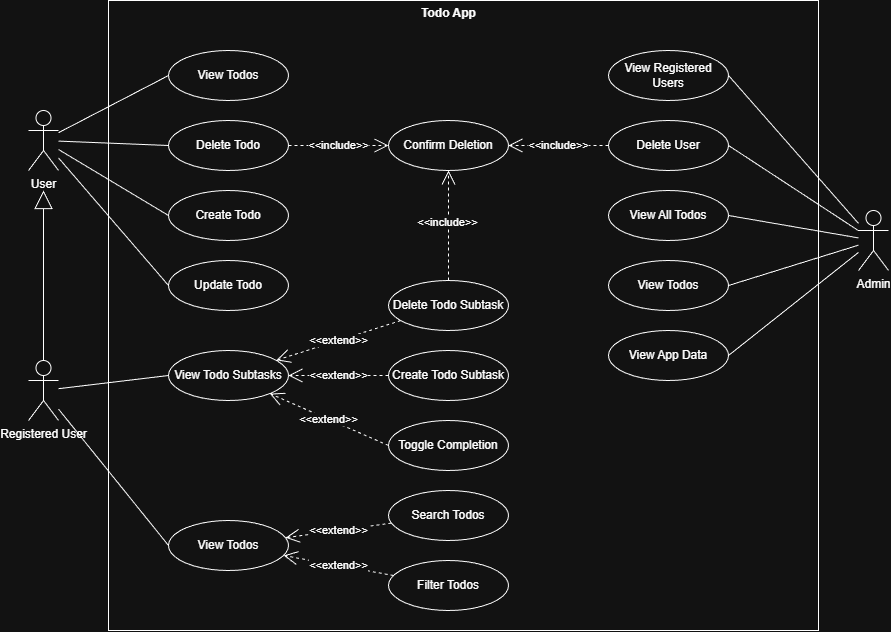
Before: docs/DPU.png, a diagram exported from draw.io (JovanObr/RIS_Todo). Source tidied: cells renumbered, new cells last; positions are measured from the earlier drawing's top-left corner, leaving out a move shared by most shapes. The source it was exported from:
```xml
<mxGraphModel>
  <root>
    <mxCell id="0" />
    <mxCell id="1" parent="0" />
    <mxCell id="2" style="rounded=0;whiteSpace=wrap;html=1;" parent="1" vertex="1">
      <mxGeometry x="80" width="710" height="630" as="geometry" />
    </mxCell>
    <mxCell id="3" value="View Todos" style="ellipse;whiteSpace=wrap;html=1;" parent="1" vertex="1">
      <mxGeometry x="140" y="50" width="120" height="50" as="geometry" />
    </mxCell>
    <mxCell id="4" value="User" style="shape=umlActor;verticalLabelPosition=bottom;verticalAlign=top;html=1;" parent="1" vertex="1">
      <mxGeometry y="110" width="30" height="60" as="geometry" />
    </mxCell>
    <mxCell id="5" value="Registered User" style="shape=umlActor;verticalLabelPosition=bottom;verticalAlign=top;html=1;outlineConnect=0;" parent="1" vertex="1">
      <mxGeometry y="360" width="30" height="60" as="geometry" />
    </mxCell>
    <mxCell id="6" value="Admin" style="shape=umlActor;verticalLabelPosition=bottom;verticalAlign=top;html=1;outlineConnect=0;" parent="1" vertex="1">
      <mxGeometry x="830" y="210" width="30" height="60" as="geometry" />
    </mxCell>
    <mxCell id="7" value="Create Todo" style="ellipse;whiteSpace=wrap;html=1;" parent="1" vertex="1">
      <mxGeometry x="140" y="190" width="120" height="50" as="geometry" />
    </mxCell>
    <mxCell id="8" value="Delete Todo" style="ellipse;whiteSpace=wrap;html=1;" parent="1" vertex="1">
      <mxGeometry x="140" y="120" width="120" height="50" as="geometry" />
    </mxCell>
    <mxCell id="9" value="View All Todos" style="ellipse;whiteSpace=wrap;html=1;" parent="1" vertex="1">
      <mxGeometry x="580" y="190" width="120" height="50" as="geometry" />
    </mxCell>
    <mxCell id="10" value="View Registered Users" style="ellipse;whiteSpace=wrap;html=1;" parent="1" vertex="1">
      <mxGeometry x="580" y="50" width="120" height="50" as="geometry" />
    </mxCell>
    <mxCell id="11" value="Delete User" style="ellipse;whiteSpace=wrap;html=1;" parent="1" vertex="1">
      <mxGeometry x="580" y="120" width="120" height="50" as="geometry" />
    </mxCell>
    <mxCell id="12" value="View Todos" style="ellipse;whiteSpace=wrap;html=1;" parent="1" vertex="1">
      <mxGeometry x="580" y="260" width="120" height="50" as="geometry" />
    </mxCell>
    <mxCell id="13" value="View App Data" style="ellipse;whiteSpace=wrap;html=1;" parent="1" vertex="1">
      <mxGeometry x="580" y="330" width="120" height="50" as="geometry" />
    </mxCell>
    <mxCell id="14" value="View Todo Subtasks" style="ellipse;whiteSpace=wrap;html=1;" parent="1" vertex="1">
      <mxGeometry x="140" y="350" width="120" height="50" as="geometry" />
    </mxCell>
    <mxCell id="15" value="Create Todo Subtask" style="ellipse;whiteSpace=wrap;html=1;" parent="1" vertex="1">
      <mxGeometry x="360" y="350" width="120" height="50" as="geometry" />
    </mxCell>
    <mxCell id="16" value="Delete Todo Subtask" style="ellipse;whiteSpace=wrap;html=1;" parent="1" vertex="1">
      <mxGeometry x="360" y="280" width="120" height="50" as="geometry" />
    </mxCell>
    <mxCell id="17" style="endArrow=block;endSize=16;endFill=0;html=1;rounded=0;" parent="1" edge="1" source="5">
      <mxGeometry relative="1" as="geometry">
        <mxPoint x="15" y="190" as="targetPoint" />
      </mxGeometry>
    </mxCell>
    <mxCell id="18" value="Search Todos" style="ellipse;whiteSpace=wrap;html=1;" parent="1" vertex="1">
      <mxGeometry x="360" y="490" width="120" height="50" as="geometry" />
    </mxCell>
    <mxCell id="19" value="Filter Todos" style="ellipse;whiteSpace=wrap;html=1;" parent="1" vertex="1">
      <mxGeometry x="360" y="560" width="120" height="50" as="geometry" />
    </mxCell>
    <mxCell id="20" value="&amp;lt;&amp;lt;extend&amp;gt;&amp;gt;" style="endArrow=open;endSize=12;dashed=1;html=1;rounded=0;" parent="1" edge="1" source="15" target="14">
      <mxGeometry relative="1" as="geometry" />
    </mxCell>
    <mxCell id="21" value="&amp;lt;&amp;lt;extend&amp;gt;&amp;gt;" style="endArrow=open;endSize=12;dashed=1;html=1;rounded=0;" parent="1" edge="1" source="16" target="14">
      <mxGeometry relative="1" as="geometry" />
    </mxCell>
    <mxCell id="22" value="View Todos" style="ellipse;whiteSpace=wrap;html=1;" parent="1" vertex="1">
      <mxGeometry x="140" y="520" width="120" height="50" as="geometry" />
    </mxCell>
    <mxCell id="23" value="&amp;lt;&amp;lt;extend&amp;gt;&amp;gt;" style="endArrow=open;endSize=12;dashed=1;html=1;rounded=0;" parent="1" edge="1" source="18" target="22">
      <mxGeometry relative="1" as="geometry" />
    </mxCell>
    <mxCell id="24" value="&amp;lt;&amp;lt;extend&amp;gt;&amp;gt;" style="endArrow=open;endSize=12;dashed=1;html=1;rounded=0;" parent="1" edge="1" source="19" target="22">
      <mxGeometry relative="1" as="geometry" />
    </mxCell>
    <mxCell id="25" style="endArrow=none;html=1;rounded=0;entryX=0;entryY=0.5;entryDx=0;entryDy=0;" parent="1" edge="1" source="4" target="3">
      <mxGeometry relative="1" as="geometry" />
    </mxCell>
    <mxCell id="26" style="endArrow=none;html=1;rounded=0;entryX=0;entryY=0.5;entryDx=0;entryDy=0;" parent="1" edge="1" source="4" target="7">
      <mxGeometry relative="1" as="geometry" />
    </mxCell>
    <mxCell id="27" style="endArrow=none;html=1;rounded=0;entryX=0;entryY=0.5;entryDx=0;entryDy=0;" parent="1" edge="1" source="4" target="8">
      <mxGeometry relative="1" as="geometry" />
    </mxCell>
    <mxCell id="28" style="endArrow=none;html=1;rounded=0;entryX=0;entryY=0.5;entryDx=0;entryDy=0;" parent="1" edge="1" source="5" target="22">
      <mxGeometry relative="1" as="geometry" />
    </mxCell>
    <mxCell id="29" style="endArrow=none;html=1;rounded=0;entryX=0;entryY=0.5;entryDx=0;entryDy=0;" parent="1" edge="1" source="5" target="14">
      <mxGeometry relative="1" as="geometry" />
    </mxCell>
    <mxCell id="30" style="endArrow=none;html=1;rounded=0;exitX=1;exitY=0.5;exitDx=0;exitDy=0;" parent="1" edge="1" source="13" target="6">
      <mxGeometry relative="1" as="geometry" />
    </mxCell>
    <mxCell id="31" style="endArrow=none;html=1;rounded=0;exitX=1;exitY=0.5;exitDx=0;exitDy=0;" parent="1" edge="1" source="12" target="6">
      <mxGeometry relative="1" as="geometry" />
    </mxCell>
    <mxCell id="32" style="endArrow=none;html=1;rounded=0;exitX=1;exitY=0.5;exitDx=0;exitDy=0;" parent="1" edge="1" source="11" target="6">
      <mxGeometry relative="1" as="geometry" />
    </mxCell>
    <mxCell id="33" style="endArrow=none;html=1;rounded=0;exitX=1;exitY=0.5;exitDx=0;exitDy=0;" parent="1" edge="1" source="10" target="6">
      <mxGeometry relative="1" as="geometry" />
    </mxCell>
    <mxCell id="34" style="endArrow=none;html=1;rounded=0;entryX=1;entryY=0.5;entryDx=0;entryDy=0;" parent="1" edge="1" source="6" target="9">
      <mxGeometry relative="1" as="geometry" />
    </mxCell>
    <mxCell id="35" value="&amp;lt;&amp;lt;include&amp;gt;&amp;gt;" style="endArrow=open;endSize=12;dashed=1;html=1;rounded=0;" parent="1" edge="1" source="16" target="36">
      <mxGeometry x="0.06" y="1" relative="1" as="geometry" />
    </mxCell>
    <mxCell id="36" value="Confirm Deletion" style="ellipse;whiteSpace=wrap;html=1;" parent="1" vertex="1">
      <mxGeometry x="360" y="120" width="120" height="50" as="geometry" />
    </mxCell>
    <mxCell id="37" value="&amp;lt;&amp;lt;include&amp;gt;&amp;gt;" style="endArrow=open;endSize=12;dashed=1;html=1;rounded=0;" parent="1" edge="1" source="8" target="36">
      <mxGeometry relative="1" as="geometry" />
    </mxCell>
    <mxCell id="38" value="Todo App" style="text;align=center;fontStyle=1;verticalAlign=middle;spacingLeft=3;spacingRight=3;strokeColor=none;html=1;" parent="1" vertex="1">
      <mxGeometry x="380" width="80" height="26" as="geometry" />
    </mxCell>
    <mxCell id="39" value="&amp;lt;&amp;lt;include&amp;gt;&amp;gt;" style="endArrow=open;endSize=12;dashed=1;html=1;rounded=0;" parent="1" edge="1" source="11" target="36">
      <mxGeometry relative="1" as="geometry" />
    </mxCell>
    <mxCell id="40" value="Update Todo" style="ellipse;whiteSpace=wrap;html=1;" parent="1" vertex="1">
      <mxGeometry x="140" y="260" width="120" height="50" as="geometry" />
    </mxCell>
    <mxCell id="41" style="endArrow=none;html=1;rounded=0;entryX=0;entryY=0.5;entryDx=0;entryDy=0;" parent="1" edge="1" source="4" target="40">
      <mxGeometry relative="1" as="geometry" />
    </mxCell>
    <mxCell id="42" value="Toggle Completion" style="ellipse;whiteSpace=wrap;html=1;" parent="1" vertex="1">
      <mxGeometry x="360" y="420" width="120" height="50" as="geometry" />
    </mxCell>
    <mxCell id="43" value="&amp;lt;&amp;lt;extend&amp;gt;&amp;gt;" style="endArrow=open;endSize=12;dashed=1;html=1;rounded=0;exitX=0;exitY=0.5;exitDx=0;exitDy=0;" parent="1" edge="1" source="42" target="14">
      <mxGeometry relative="1" as="geometry" />
    </mxCell>
  </root>
</mxGraphModel>
```
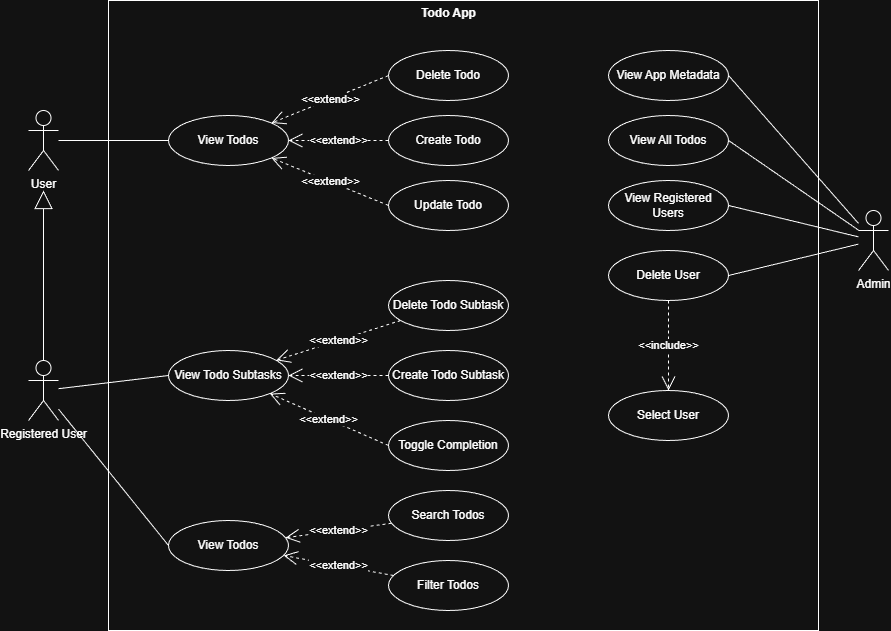
Above is the later version.

Diff of the diagram source:
```diff
@@ -6,7 +6,7 @@
       <mxGeometry x="80" width="710" height="630" as="geometry" />
     </mxCell>
     <mxCell id="3" value="View Todos" style="ellipse;whiteSpace=wrap;html=1;" parent="1" vertex="1">
-      <mxGeometry x="140" y="50" width="120" height="50" as="geometry" />
+      <mxGeometry x="140" y="115" width="120" height="50" as="geometry" />
     </mxCell>
     <mxCell id="4" value="User" style="shape=umlActor;verticalLabelPosition=bottom;verticalAlign=top;html=1;" parent="1" vertex="1">
       <mxGeometry y="110" width="30" height="60" as="geometry" />
@@ -18,25 +18,22 @@
       <mxGeometry x="830" y="210" width="30" height="60" as="geometry" />
     </mxCell>
     <mxCell id="7" value="Create Todo" style="ellipse;whiteSpace=wrap;html=1;" parent="1" vertex="1">
-      <mxGeometry x="140" y="190" width="120" height="50" as="geometry" />
+      <mxGeometry x="360" y="115" width="120" height="50" as="geometry" />
     </mxCell>
     <mxCell id="8" value="Delete Todo" style="ellipse;whiteSpace=wrap;html=1;" parent="1" vertex="1">
-      <mxGeometry x="140" y="120" width="120" height="50" as="geometry" />
+      <mxGeometry x="360" y="50" width="120" height="50" as="geometry" />
     </mxCell>
     <mxCell id="9" value="View All Todos" style="ellipse;whiteSpace=wrap;html=1;" parent="1" vertex="1">
-      <mxGeometry x="580" y="190" width="120" height="50" as="geometry" />
+      <mxGeometry x="580" y="115" width="120" height="50" as="geometry" />
     </mxCell>
     <mxCell id="10" value="View Registered Users" style="ellipse;whiteSpace=wrap;html=1;" parent="1" vertex="1">
-      <mxGeometry x="580" y="50" width="120" height="50" as="geometry" />
+      <mxGeometry x="580" y="180" width="120" height="50" as="geometry" />
     </mxCell>
     <mxCell id="11" value="Delete User" style="ellipse;whiteSpace=wrap;html=1;" parent="1" vertex="1">
-      <mxGeometry x="580" y="120" width="120" height="50" as="geometry" />
+      <mxGeometry x="580" y="250" width="120" height="50" as="geometry" />
     </mxCell>
-    <mxCell id="12" value="View Todos" style="ellipse;whiteSpace=wrap;html=1;" parent="1" vertex="1">
-      <mxGeometry x="580" y="260" width="120" height="50" as="geometry" />
-    </mxCell>
-    <mxCell id="13" value="View App Data" style="ellipse;whiteSpace=wrap;html=1;" parent="1" vertex="1">
-      <mxGeometry x="580" y="330" width="120" height="50" as="geometry" />
+    <mxCell id="13" value="View App Metadata" style="ellipse;whiteSpace=wrap;html=1;" parent="1" vertex="1">
+      <mxGeometry x="580" y="50" width="120" height="50" as="geometry" />
     </mxCell>
     <mxCell id="14" value="View Todo Subtasks" style="ellipse;whiteSpace=wrap;html=1;" parent="1" vertex="1">
       <mxGeometry x="140" y="350" width="120" height="50" as="geometry" />
@@ -76,12 +73,6 @@
     <mxCell id="25" style="endArrow=none;html=1;rounded=0;entryX=0;entryY=0.5;entryDx=0;entryDy=0;" parent="1" edge="1" source="4" target="3">
       <mxGeometry relative="1" as="geometry" />
     </mxCell>
-    <mxCell id="26" style="endArrow=none;html=1;rounded=0;entryX=0;entryY=0.5;entryDx=0;entryDy=0;" parent="1" edge="1" source="4" target="7">
-      <mxGeometry relative="1" as="geometry" />
-    </mxCell>
-    <mxCell id="27" style="endArrow=none;html=1;rounded=0;entryX=0;entryY=0.5;entryDx=0;entryDy=0;" parent="1" edge="1" source="4" target="8">
-      <mxGeometry relative="1" as="geometry" />
-    </mxCell>
     <mxCell id="28" style="endArrow=none;html=1;rounded=0;entryX=0;entryY=0.5;entryDx=0;entryDy=0;" parent="1" edge="1" source="5" target="22">
       <mxGeometry relative="1" as="geometry" />
     </mxCell>
@@ -91,9 +82,6 @@
     <mxCell id="30" style="endArrow=none;html=1;rounded=0;exitX=1;exitY=0.5;exitDx=0;exitDy=0;" parent="1" edge="1" source="13" target="6">
       <mxGeometry relative="1" as="geometry" />
     </mxCell>
-    <mxCell id="31" style="endArrow=none;html=1;rounded=0;exitX=1;exitY=0.5;exitDx=0;exitDy=0;" parent="1" edge="1" source="12" target="6">
-      <mxGeometry relative="1" as="geometry" />
-    </mxCell>
     <mxCell id="32" style="endArrow=none;html=1;rounded=0;exitX=1;exitY=0.5;exitDx=0;exitDy=0;" parent="1" edge="1" source="11" target="6">
       <mxGeometry relative="1" as="geometry" />
     </mxCell>
@@ -103,32 +91,32 @@
     <mxCell id="34" style="endArrow=none;html=1;rounded=0;entryX=1;entryY=0.5;entryDx=0;entryDy=0;" parent="1" edge="1" source="6" target="9">
       <mxGeometry relative="1" as="geometry" />
     </mxCell>
-    <mxCell id="35" value="&amp;lt;&amp;lt;include&amp;gt;&amp;gt;" style="endArrow=open;endSize=12;dashed=1;html=1;rounded=0;" parent="1" edge="1" source="16" target="36">
-      <mxGeometry x="0.06" y="1" relative="1" as="geometry" />
-    </mxCell>
-    <mxCell id="36" value="Confirm Deletion" style="ellipse;whiteSpace=wrap;html=1;" parent="1" vertex="1">
-      <mxGeometry x="360" y="120" width="120" height="50" as="geometry" />
-    </mxCell>
-    <mxCell id="37" value="&amp;lt;&amp;lt;include&amp;gt;&amp;gt;" style="endArrow=open;endSize=12;dashed=1;html=1;rounded=0;" parent="1" edge="1" source="8" target="36">
-      <mxGeometry relative="1" as="geometry" />
-    </mxCell>
     <mxCell id="38" value="Todo App" style="text;align=center;fontStyle=1;verticalAlign=middle;spacingLeft=3;spacingRight=3;strokeColor=none;html=1;" parent="1" vertex="1">
       <mxGeometry x="380" width="80" height="26" as="geometry" />
     </mxCell>
-    <mxCell id="39" value="&amp;lt;&amp;lt;include&amp;gt;&amp;gt;" style="endArrow=open;endSize=12;dashed=1;html=1;rounded=0;" parent="1" edge="1" source="11" target="36">
-      <mxGeometry relative="1" as="geometry" />
-    </mxCell>
     <mxCell id="40" value="Update Todo" style="ellipse;whiteSpace=wrap;html=1;" parent="1" vertex="1">
-      <mxGeometry x="140" y="260" width="120" height="50" as="geometry" />
+      <mxGeometry x="360" y="180" width="120" height="50" as="geometry" />
     </mxCell>
-    <mxCell id="41" style="endArrow=none;html=1;rounded=0;entryX=0;entryY=0.5;entryDx=0;entryDy=0;" parent="1" edge="1" source="4" target="40">
-      <mxGeometry relative="1" as="geometry" />
-    </mxCell>
     <mxCell id="42" value="Toggle Completion" style="ellipse;whiteSpace=wrap;html=1;" parent="1" vertex="1">
       <mxGeometry x="360" y="420" width="120" height="50" as="geometry" />
     </mxCell>
     <mxCell id="43" value="&amp;lt;&amp;lt;extend&amp;gt;&amp;gt;" style="endArrow=open;endSize=12;dashed=1;html=1;rounded=0;exitX=0;exitY=0.5;exitDx=0;exitDy=0;" parent="1" edge="1" source="42" target="14">
       <mxGeometry relative="1" as="geometry" />
     </mxCell>
+    <mxCell id="44" value="&amp;lt;&amp;lt;extend&amp;gt;&amp;gt;" style="endArrow=open;endSize=12;dashed=1;html=1;rounded=0;exitX=0;exitY=0.5;exitDx=0;exitDy=0;" parent="1" edge="1" source="8" target="3">
+      <mxGeometry relative="1" as="geometry" />
+    </mxCell>
+    <mxCell id="45" value="&amp;lt;&amp;lt;extend&amp;gt;&amp;gt;" style="endArrow=open;endSize=12;dashed=1;html=1;rounded=0;exitX=0;exitY=0.5;exitDx=0;exitDy=0;" parent="1" edge="1" source="7" target="3">
+      <mxGeometry relative="1" as="geometry" />
+    </mxCell>
+    <mxCell id="46" value="&amp;lt;&amp;lt;extend&amp;gt;&amp;gt;" style="endArrow=open;endSize=12;dashed=1;html=1;rounded=0;exitX=0;exitY=0.5;exitDx=0;exitDy=0;" parent="1" edge="1" source="40" target="3">
+      <mxGeometry relative="1" as="geometry" />
+    </mxCell>
+    <mxCell id="47" value="Select User" style="ellipse;whiteSpace=wrap;html=1;" parent="1" vertex="1">
+      <mxGeometry x="580" y="390" width="120" height="50" as="geometry" />
+    </mxCell>
+    <mxCell id="48" value="&amp;lt;&amp;lt;include&amp;gt;&amp;gt;" style="endArrow=open;endSize=12;dashed=1;html=1;rounded=0;exitX=0.5;exitY=1;exitDx=0;exitDy=0;" parent="1" edge="1" source="11" target="47">
+      <mxGeometry relative="1" as="geometry" />
+    </mxCell>
   </root>
 </mxGraphModel>
```
